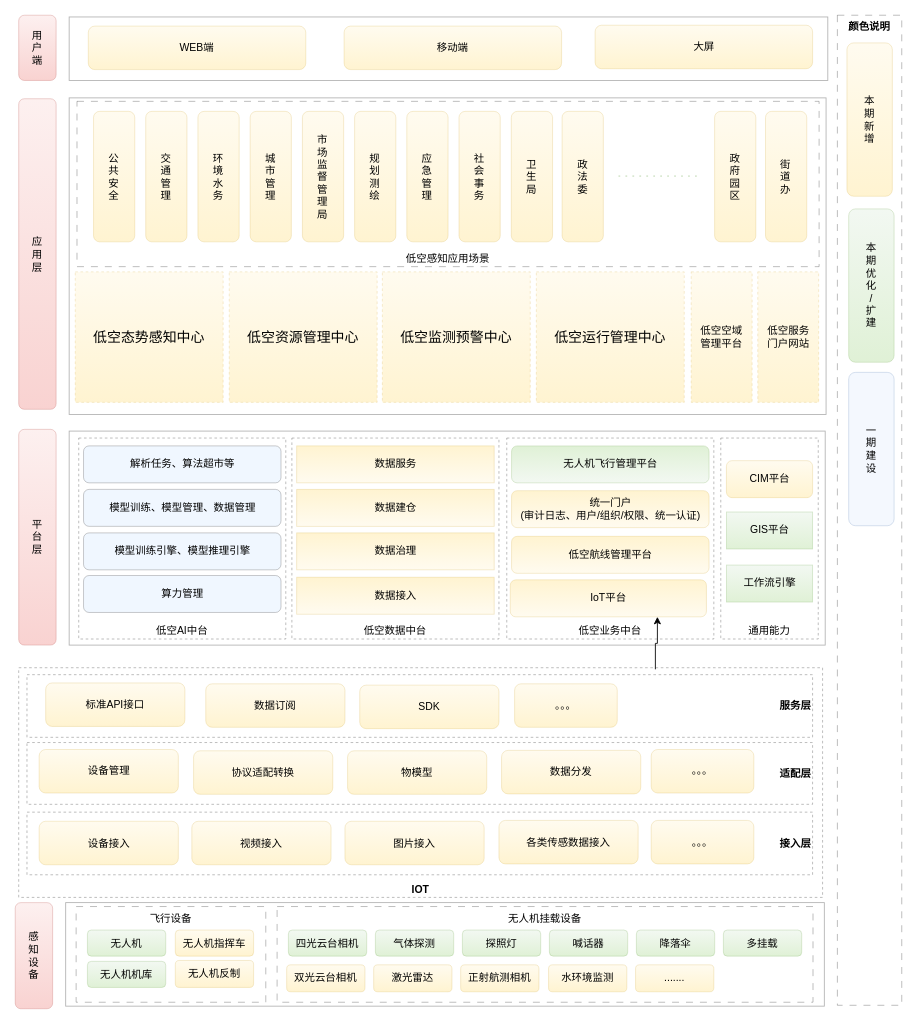
Earlier version of the draw.io diagram page "应用架构-new" (11 of 11) of donggao-20230703.drawio (yangchenyu/micro-service). Source tidied: cells renumbered, new cells numbered last; positions are measured from the earlier drawing's top-left corner, leaving out a move shared by most shapes. Both pictures are drawn from the tidied source at 87%, with x=0, y=0 at pixel (15, 15).
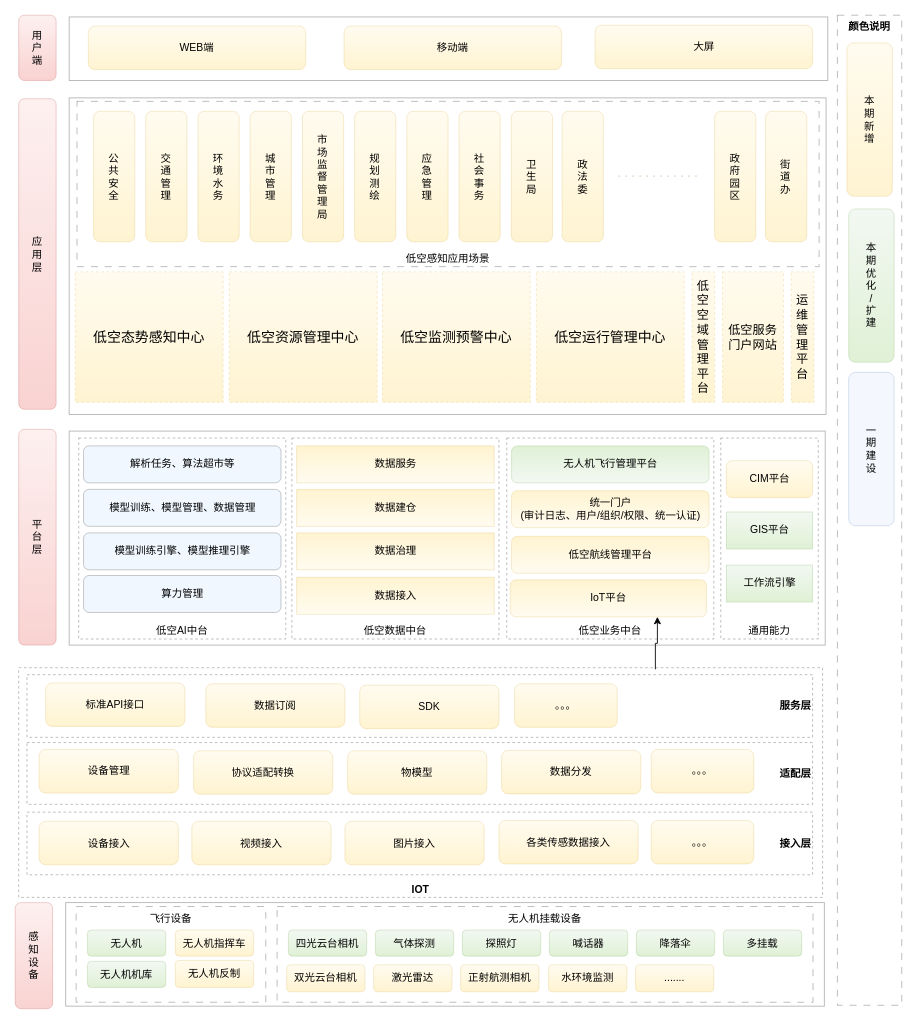
After the change.

What changed in the source:
```diff
@@
-    <mxCell id="88" value="低空空域&lt;br style=&quot;border-color: var(--border-color);&quot;&gt;管理平台" style="rounded=0;whiteSpace=wrap;html=1;opacity=30;verticalAlign=middle;dashed=1;fillColor=#fff2cc;strokeColor=#d6b656;gradientColor=#ffd966;" parent="1" vertex="1">
-      <mxGeometry x="777" y="295" width="70" height="150" as="geometry" />
+    <mxCell id="88" value="低空空域&lt;br style=&quot;border-color: var(--border-color); font-size: 14px;&quot;&gt;管理平台" style="rounded=0;whiteSpace=wrap;html=1;opacity=30;verticalAlign=middle;dashed=1;fillColor=#fff2cc;strokeColor=#d6b656;gradientColor=#ffd966;fontSize=14;" parent="1" vertex="1">
+      <mxGeometry x="778" y="295" width="26" height="150" as="geometry" />
     </mxCell>
-    <mxCell id="89" value="低空服务&lt;br&gt;门户网站" style="rounded=0;whiteSpace=wrap;html=1;opacity=30;verticalAlign=middle;dashed=1;fillColor=#fff2cc;strokeColor=#d6b656;gradientColor=#ffd966;" parent="1" vertex="1">
-      <mxGeometry x="853.5" y="295" width="70" height="150" as="geometry" />
+    <mxCell id="89" value="低空服务&lt;br style=&quot;font-size: 14px;&quot;&gt;门户网站" style="rounded=0;whiteSpace=wrap;html=1;opacity=30;verticalAlign=middle;dashed=1;fillColor=#fff2cc;strokeColor=#d6b656;gradientColor=#ffd966;fontSize=14;" parent="1" vertex="1">
+      <mxGeometry x="813" y="295" width="70" height="150" as="geometry" />
     </mxCell>
@@
+    <mxCell id="95" value="运维管理平台" style="rounded=0;whiteSpace=wrap;html=1;opacity=30;verticalAlign=middle;dashed=1;fillColor=#fff2cc;strokeColor=#d6b656;gradientColor=#ffd966;fontSize=14;" parent="1" vertex="1">
+      <mxGeometry x="892" y="295" width="26" height="150" as="geometry" />
+    </mxCell>
```
